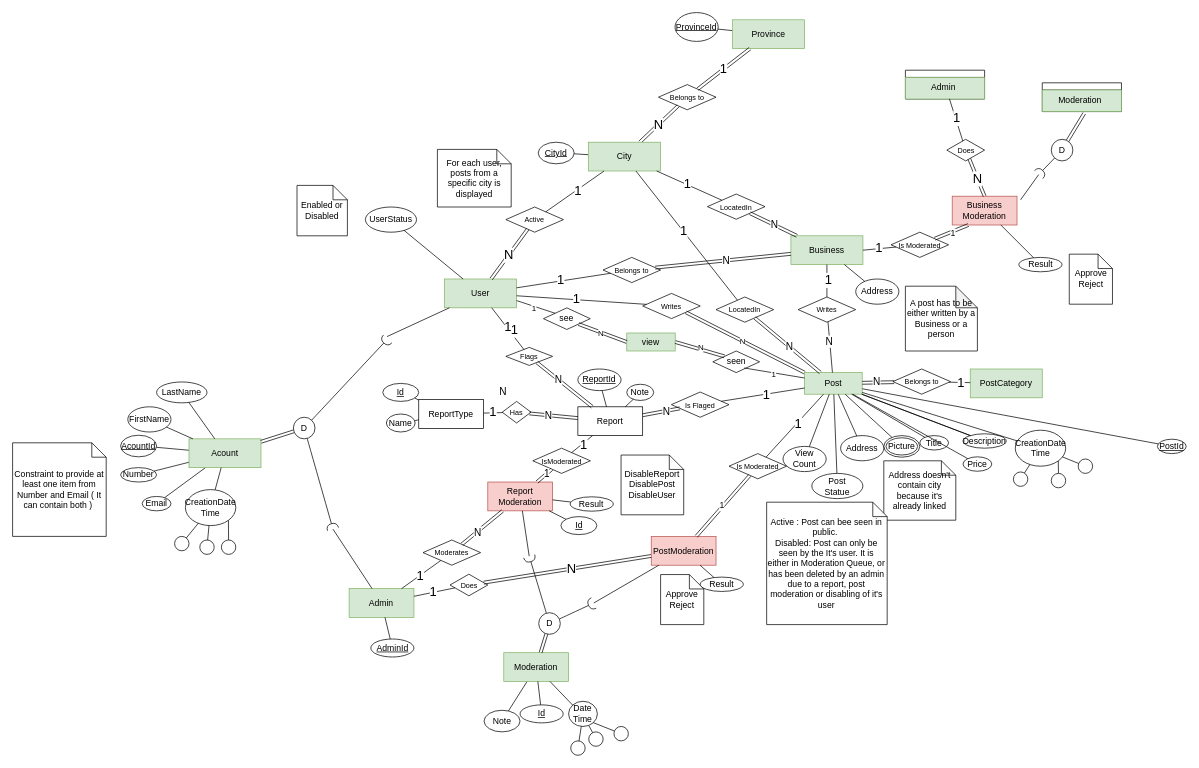
Earlier version of the draw.io diagram Project.drawio (khebrati/HamsellDatabase). Source tidied: cells renumbered, new cells numbered last; positions are measured from the earlier drawing's top-left corner, leaving out a move shared by most shapes. Both pictures are drawn from the tidied source at 72%, with x=0, y=0 at pixel (12, 12).
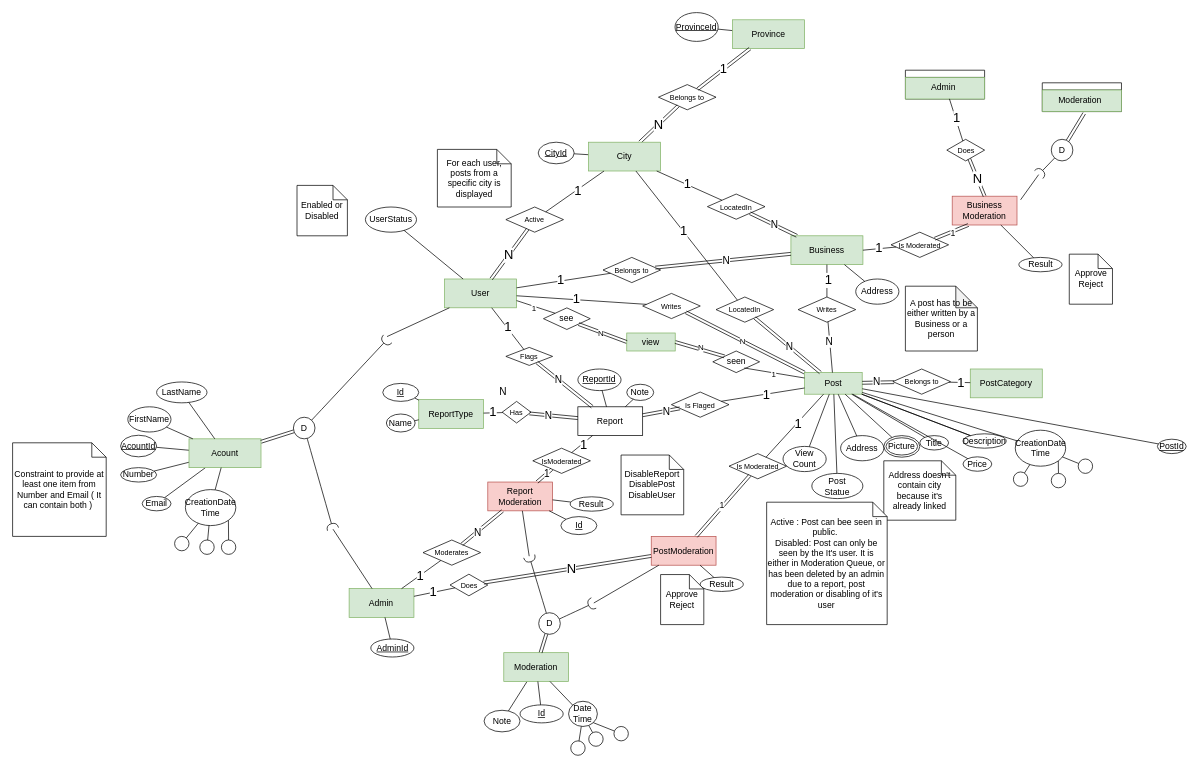
The same diagram, later.

Commit message (it also covers changes not shown here):
Report table added

What changed in the source:
```diff
@@
-    <mxCell id="98" value="ReportType" style="whiteSpace=wrap;html=1;align=center;" parent="1" vertex="1">
+    <mxCell id="98" value="ReportType" style="whiteSpace=wrap;html=1;align=center;fillColor=#d5e8d4;strokeColor=#82b366;" parent="1" vertex="1">
       <mxGeometry x="564.1" y="537.5" width="90" height="40" as="geometry" />
     </mxCell>
@@
-    <mxCell id="206" value="&lt;font style=&quot;font-size: 18px;&quot;&gt;1&lt;/font&gt;" style="edgeLabel;html=1;align=center;verticalAlign=middle;" parent="1" vertex="1">
-      <mxGeometry x="696.4" y="440.1" as="geometry" />
-    </mxCell>
```
